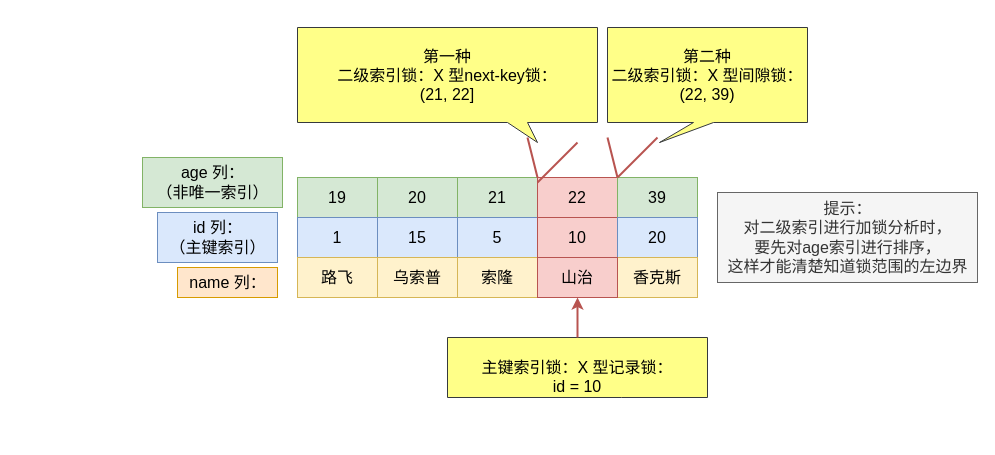
The draw.io diagram mysql/行级锁/非唯一索引.drawio in xiaolincoder/ImageHost4, before the edit. Source tidied: cells renumbered, new cells numbered last; positions are measured from the earlier drawing's top-left corner, leaving out a move shared by most shapes. Both pictures are drawn from the tidied source at 100%, with x=0, y=0 at pixel (142, 27).
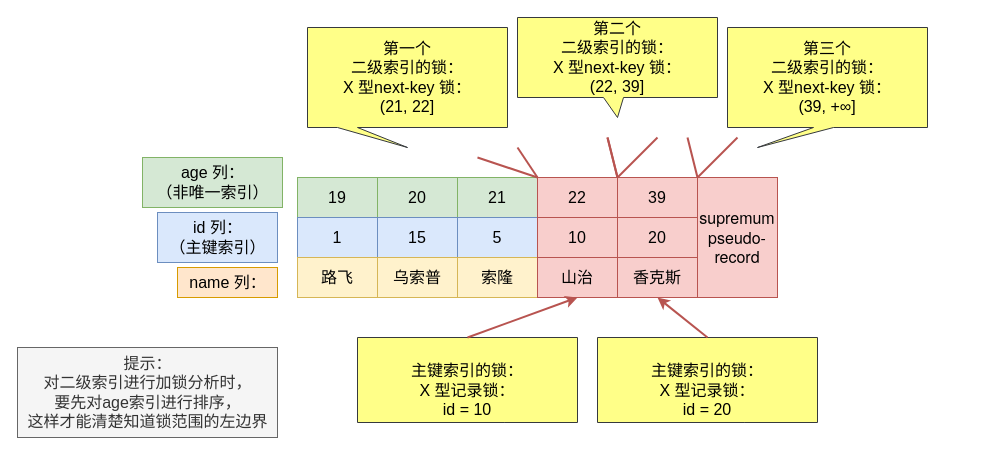
Above is the later version.

Commit message:
更新非唯一索引.drawio

Unchanged cells that the change refers to:
```xml
<mxCell id="20" value="山治" style="rounded=0;whiteSpace=wrap;html=1;fontSize=16;fillColor=#f8cecc;strokeColor=#b85450;" parent="1" vertex="1">
  <mxGeometry x="395" y="230" width="80" height="40" as="geometry" />
</mxCell>
```

The edit, as a diff of the source:
```diff
@@
-    <mxCell id="7" value="39" style="rounded=0;whiteSpace=wrap;html=1;fontSize=16;fillColor=#d5e8d4;strokeColor=#82b366;" parent="1" vertex="1">
+    <mxCell id="7" value="39" style="rounded=0;whiteSpace=wrap;html=1;fontSize=16;fillColor=#f8cecc;strokeColor=#b85450;" parent="1" vertex="1">
       <mxGeometry x="475" y="150" width="80" height="40" as="geometry" />
     </mxCell>
@@
-    <mxCell id="14" value="20" style="rounded=0;whiteSpace=wrap;html=1;fontSize=16;fillColor=#dae8fc;strokeColor=#6c8ebf;" parent="1" vertex="1">
+    <mxCell id="14" value="20" style="rounded=0;whiteSpace=wrap;html=1;fontSize=16;fillColor=#f8cecc;strokeColor=#b85450;" parent="1" vertex="1">
       <mxGeometry x="475" y="190" width="80" height="40" as="geometry" />
     </mxCell>
     <mxCell id="15" value="提示：&lt;br&gt;对二级索引进行加锁分析时，&lt;br&gt;要先对age索引进行排序，&lt;br&gt;这样才能清楚知道锁范围的左边界" style="text;html=1;align=center;verticalAlign=middle;strokeColor=#666666;fillColor=#f5f5f5;fontSize=16;fontColor=#333333;" parent="1" vertex="1">
-      <mxGeometry x="575" y="165" width="260" height="90" as="geometry" />
+      <mxGeometry x="-125" y="320" width="260" height="90" as="geometry" />
     </mxCell>
@@
-    <mxCell id="18" value="香克斯" style="rounded=0;whiteSpace=wrap;html=1;fontSize=16;fillColor=#fff2cc;strokeColor=#d6b656;" parent="1" vertex="1">
+    <mxCell id="18" value="香克斯" style="rounded=0;whiteSpace=wrap;html=1;fontSize=16;fillColor=#f8cecc;strokeColor=#b85450;" parent="1" vertex="1">
       <mxGeometry x="475" y="230" width="80" height="40" as="geometry" />
     </mxCell>
@@
-    <mxCell id="22" style="endArrow=none;html=1;rounded=0;fontSize=16;exitX=0;exitY=0;exitDx=0;exitDy=0;fillColor=#f8cecc;strokeColor=#b85450;strokeWidth=2;" parent="1" edge="1" source="7">
-      <mxGeometry relative="1" as="geometry">
-        <mxPoint x="465" y="110" as="targetPoint" />
-      </mxGeometry>
-    </mxCell>
-    <mxCell id="23" style="endArrow=none;html=1;rounded=0;fontSize=16;exitX=0;exitY=0;exitDx=0;exitDy=0;fillColor=#f8cecc;strokeColor=#b85450;strokeWidth=2;" parent="1" edge="1" source="7">
-      <mxGeometry relative="1" as="geometry">
-        <mxPoint x="515" y="110" as="targetPoint" />
-      </mxGeometry>
-    </mxCell>
-    <mxCell id="24" value="第二种&lt;br&gt;二级索引锁：X 型间隙锁：&lt;br&gt;(22, 39)" style="shape=callout;whiteSpace=wrap;html=1;perimeter=calloutPerimeter;fontSize=16;fillColor=#ffff88;strokeColor=#36393d;size=20;position=0.43;position2=0.26;base=20;" parent="1" vertex="1">
-      <mxGeometry x="465" width="200" height="115" as="geometry" />
-    </mxCell>
-    <mxCell id="25" value="第一种&lt;br&gt;二级索引锁：X 型next-key锁：&lt;br&gt;(21, 22]" style="shape=callout;whiteSpace=wrap;html=1;perimeter=calloutPerimeter;fontSize=16;fillColor=#ffff88;strokeColor=#36393d;size=20;position=0.7;position2=0.8;base=20;" parent="1" vertex="1">
-      <mxGeometry x="155" width="300" height="115" as="geometry" />
-    </mxCell>
-    <mxCell id="26" style="endArrow=none;html=1;rounded=0;fontSize=16;exitX=0;exitY=0;exitDx=0;exitDy=0;fillColor=#f8cecc;strokeColor=#b85450;strokeWidth=2;" parent="1" edge="1">
-      <mxGeometry relative="1" as="geometry">
-        <mxPoint x="395" y="150" as="sourcePoint" />
-        <mxPoint x="385" y="110" as="targetPoint" />
-      </mxGeometry>
-    </mxCell>
-    <mxCell id="27" style="endArrow=none;html=1;rounded=0;fontSize=16;exitX=0;exitY=0;exitDx=0;exitDy=0;fillColor=#f8cecc;strokeColor=#b85450;strokeWidth=2;" parent="1" edge="1">
-      <mxGeometry relative="1" as="geometry">
-        <mxPoint x="395" y="155" as="sourcePoint" />
-        <mxPoint x="435" y="115" as="targetPoint" />
-      </mxGeometry>
-    </mxCell>
-    <mxCell id="28" value="&lt;br&gt;主键索引锁：X 型记录锁：&lt;br&gt;id = 10" style="shape=callout;whiteSpace=wrap;html=1;perimeter=calloutPerimeter;fontSize=16;fillColor=#ffff88;strokeColor=#36393d;size=0;position=0.67;position2=0.8;base=20;" parent="1" vertex="1">
-      <mxGeometry x="305" y="310" width="260" height="60" as="geometry" />
-    </mxCell>
-    <mxCell id="29" style="endArrow=classic;html=1;rounded=0;strokeWidth=2;fontSize=16;entryX=0.5;entryY=1;entryDx=0;entryDy=0;exitX=0.5;exitY=0;exitDx=0;exitDy=0;exitPerimeter=0;fillColor=#f8cecc;strokeColor=#b85450;" parent="1" edge="1" source="28" target="20">
-      <mxGeometry relative="1" as="geometry" />
-    </mxCell>
+    <mxCell id="30" style="endArrow=none;html=1;rounded=0;fontSize=16;exitX=0;exitY=0;exitDx=0;exitDy=0;fillColor=#f8cecc;strokeColor=#b85450;strokeWidth=2;" parent="1" edge="1" source="7">
+      <mxGeometry relative="1" as="geometry">
+        <mxPoint x="465" y="110" as="targetPoint" />
+      </mxGeometry>
+    </mxCell>
+    <mxCell id="31" style="endArrow=none;html=1;rounded=0;fontSize=16;exitX=0;exitY=0;exitDx=0;exitDy=0;fillColor=#f8cecc;strokeColor=#b85450;strokeWidth=2;" parent="1" edge="1" source="7">
+      <mxGeometry relative="1" as="geometry">
+        <mxPoint x="515" y="110" as="targetPoint" />
+      </mxGeometry>
+    </mxCell>
+    <mxCell id="32" value="第二个&lt;br&gt;二级索引的锁：&lt;br&gt;X 型next-key 锁：&lt;br&gt;(22, 39]" style="shape=callout;whiteSpace=wrap;html=1;perimeter=calloutPerimeter;fontSize=16;fillColor=#ffff88;strokeColor=#36393d;size=20;position=0.43;position2=0.5;base=20;" parent="1" vertex="1">
+      <mxGeometry x="375" y="-10" width="200" height="100" as="geometry" />
+    </mxCell>
+    <mxCell id="33" value="&lt;br&gt;主键索引的锁：&lt;br&gt;X 型记录锁：&lt;br&gt;id = 20" style="shape=callout;whiteSpace=wrap;html=1;perimeter=calloutPerimeter;fontSize=16;fillColor=#ffff88;strokeColor=#36393d;size=0;position=0.67;position2=0.8;base=20;" parent="1" vertex="1">
+      <mxGeometry x="455" y="310" width="220" height="85" as="geometry" />
+    </mxCell>
+    <mxCell id="34" style="endArrow=classic;html=1;rounded=0;strokeWidth=2;fontSize=16;entryX=0.5;entryY=1;entryDx=0;entryDy=0;exitX=0.5;exitY=0;exitDx=0;exitDy=0;exitPerimeter=0;fillColor=#f8cecc;strokeColor=#b85450;" parent="1" edge="1" source="33" target="18">
+      <mxGeometry relative="1" as="geometry" />
+    </mxCell>
+    <mxCell id="35" value="&lt;span style=&quot;caret-color: rgb(184, 191, 198); font-family: &amp;quot;Helvetica Neue&amp;quot;, Helvetica, Arial, sans-serif; font-size: 16px; orphans: 4; text-align: left; text-size-adjust: auto;&quot;&gt;supremum pseudo-record&lt;/span&gt;" style="rounded=0;whiteSpace=wrap;html=1;labelBackgroundColor=none;horizontal=1;verticalAlign=middle;fillColor=#f8cecc;strokeColor=#b85450;" parent="1" vertex="1">
+      <mxGeometry x="555" y="150" width="80" height="120" as="geometry" />
+    </mxCell>
+    <mxCell id="36" style="endArrow=none;html=1;rounded=0;fontSize=16;exitX=0;exitY=0;exitDx=0;exitDy=0;fillColor=#f8cecc;strokeColor=#b85450;strokeWidth=2;" parent="1" edge="1">
+      <mxGeometry relative="1" as="geometry">
+        <mxPoint x="555" y="150" as="sourcePoint" />
+        <mxPoint x="545" y="110" as="targetPoint" />
+      </mxGeometry>
+    </mxCell>
+    <mxCell id="37" style="endArrow=none;html=1;rounded=0;fontSize=16;exitX=0;exitY=0;exitDx=0;exitDy=0;fillColor=#f8cecc;strokeColor=#b85450;strokeWidth=2;" parent="1" edge="1">
+      <mxGeometry relative="1" as="geometry">
+        <mxPoint x="555" y="150" as="sourcePoint" />
+        <mxPoint x="595" y="110" as="targetPoint" />
+      </mxGeometry>
+    </mxCell>
+    <mxCell id="38" value="第三个&lt;br&gt;二级索引的锁：&lt;br&gt;X 型next-key 锁：&lt;br&gt;(39, +∞]" style="shape=callout;whiteSpace=wrap;html=1;perimeter=calloutPerimeter;fontSize=16;fillColor=#ffff88;strokeColor=#36393d;size=20;position=0.43;position2=0.15;base=20;" parent="1" vertex="1">
+      <mxGeometry x="585" width="200" height="120" as="geometry" />
+    </mxCell>
+    <mxCell id="39" style="endArrow=none;html=1;rounded=0;fontSize=16;exitX=0;exitY=0;exitDx=0;exitDy=0;fillColor=#f8cecc;strokeColor=#b85450;strokeWidth=2;" parent="1" edge="1">
+      <mxGeometry relative="1" as="geometry">
+        <mxPoint x="395" y="150" as="sourcePoint" />
+        <mxPoint x="335" y="130" as="targetPoint" />
+      </mxGeometry>
+    </mxCell>
+    <mxCell id="40" style="endArrow=none;html=1;rounded=0;fontSize=16;exitX=0;exitY=0;exitDx=0;exitDy=0;fillColor=#f8cecc;strokeColor=#b85450;strokeWidth=2;" parent="1" edge="1">
+      <mxGeometry relative="1" as="geometry">
+        <mxPoint x="395" y="150" as="sourcePoint" />
+        <mxPoint x="375" y="120" as="targetPoint" />
+      </mxGeometry>
+    </mxCell>
+    <mxCell id="41" value="第一个&lt;br&gt;二级索引的锁：&lt;br&gt;X 型next-key 锁：&lt;br&gt;(21, 22]" style="shape=callout;whiteSpace=wrap;html=1;perimeter=calloutPerimeter;fontSize=16;fillColor=#ffff88;strokeColor=#36393d;size=20;position=0.15;position2=0.5;base=20;" parent="1" vertex="1">
+      <mxGeometry x="165" width="200" height="120" as="geometry" />
+    </mxCell>
+    <mxCell id="42" style="endArrow=none;html=1;rounded=0;fontSize=16;exitX=0;exitY=0;exitDx=0;exitDy=0;fillColor=#f8cecc;strokeColor=#b85450;strokeWidth=2;" parent="1" edge="1">
+      <mxGeometry relative="1" as="geometry">
+        <mxPoint x="475" y="150" as="sourcePoint" />
+        <mxPoint x="465" y="110" as="targetPoint" />
+      </mxGeometry>
+    </mxCell>
+    <mxCell id="43" value="&lt;br&gt;主键索引的锁：&lt;br&gt;X 型记录锁：&lt;br&gt;id = 10" style="shape=callout;whiteSpace=wrap;html=1;perimeter=calloutPerimeter;fontSize=16;fillColor=#ffff88;strokeColor=#36393d;size=0;position=0.67;position2=0.8;base=20;" parent="1" vertex="1">
+      <mxGeometry x="215" y="310" width="220" height="85" as="geometry" />
+    </mxCell>
+    <mxCell id="44" style="endArrow=classic;html=1;rounded=0;strokeWidth=2;fontSize=16;entryX=0.5;entryY=1;entryDx=0;entryDy=0;exitX=0.5;exitY=0;exitDx=0;exitDy=0;exitPerimeter=0;fillColor=#f8cecc;strokeColor=#b85450;" parent="1" edge="1" source="43" target="20">
+      <mxGeometry relative="1" as="geometry" />
+    </mxCell>
```
